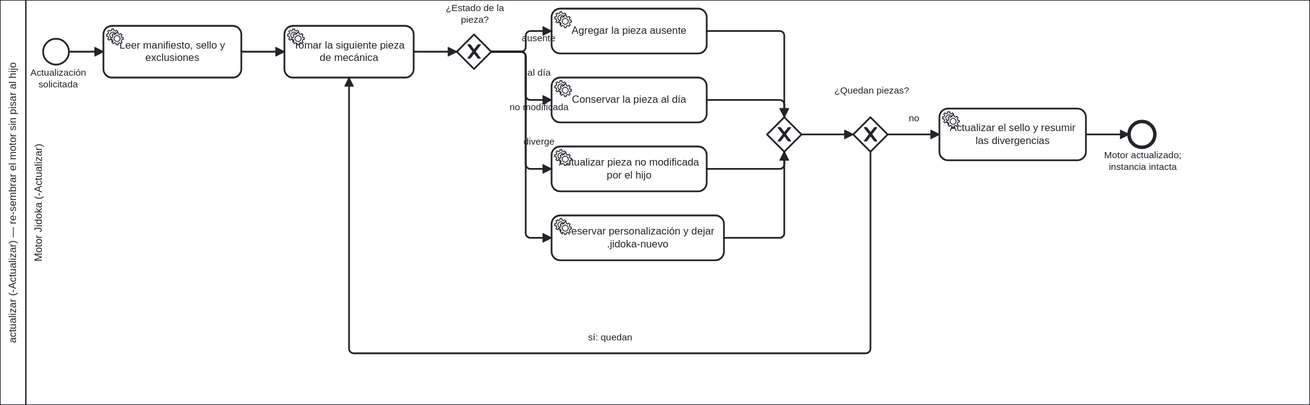
The BPMN diagram docs/atlas/render/41-actualizar-motor-as-is.svg in ArmandoMedina/jidoka, before a commit. Its source is kept beside it as docs/atlas/40-lazo-motor/41-actualizar-motor-as-is.bpmn. Ids are renumbered.
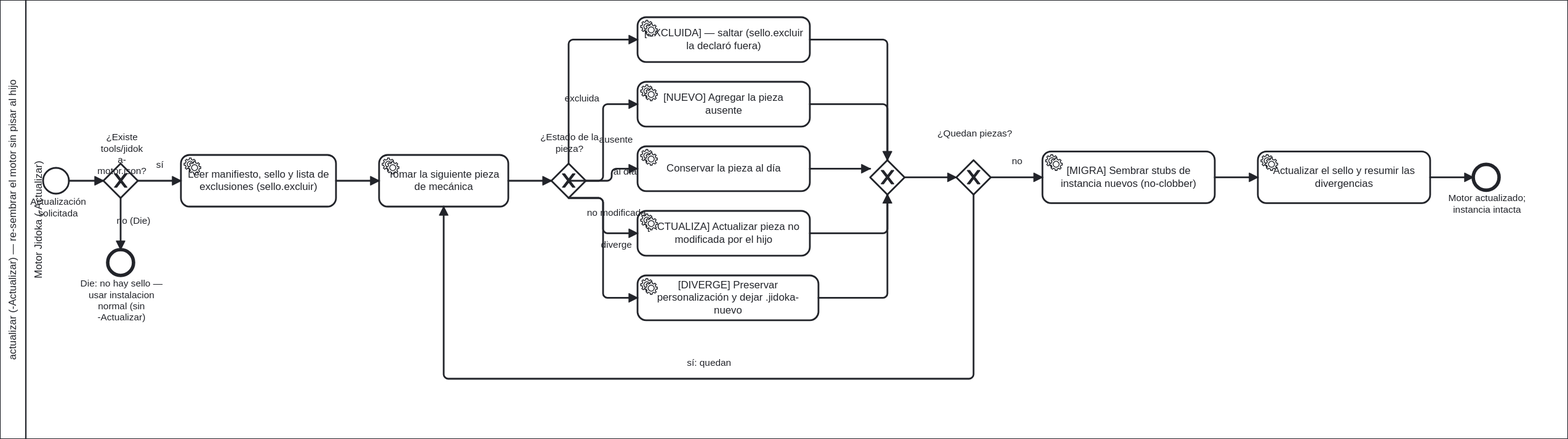
After the commit.

What changed in the source:
```diff
@@ -3,10 +3,12 @@
     <bpmn:participant id="Pool_Actualizar" name="actualizar (-Actualizar) — re-sembrar el motor sin pisar al hijo" processRef="Process_ActualizarMotor"/>
   </bpmn:collaboration>
   <bpmn:process id="Process_ActualizarMotor" name="actualizar el motor: tres vías por pieza (no pisar lo customizado)" isExecutable="false">
-    <bpmn:documentation>Fuente: tools/instalar.ps1 -Actualizar. Proceso de puro motor: recorre cada pieza y decide por su estado (ausente / al día / actualizar / diverge).</bpmn:documentation>
+    <bpmn:documentation>Fuente: tools/instalar.ps1 -Actualizar (funcion Invoke-Actualizar). Guardas al inicio: Die si no hay sello (tools/jidoka-motor.json). Lista de exclusion en sello.excluir (ADR 0022): piezas que el hijo declaro fuera nunca se re-agregan. Stubs [MIGRA] sembrados en la misma pasada (no-clobber: no pisa instancia existente).</bpmn:documentation>
     <bpmn:laneSet id="LaneSet_Actualizar">
       <bpmn:lane id="Lane_Motor" name="Motor Jidoka (-Actualizar)">
         <bpmn:flowNodeRef>Start</bpmn:flowNodeRef>
+        <bpmn:flowNodeRef>Gw_Sello</bpmn:flowNodeRef>
+        <bpmn:flowNodeRef>End_Die</bpmn:flowNodeRef>
         <bpmn:flowNodeRef>T_Leer</bpmn:flowNodeRef>
         <bpmn:flowNodeRef>T_Pieza</bpmn:flowNodeRef>
         <bpmn:flowNodeRef>Gw_Estado</bpmn:flowNodeRef>
@@ -14,17 +16,28 @@
         <bpmn:flowNodeRef>T_AlDia</bpmn:flowNodeRef>
         <bpmn:flowNodeRef>T_Actualizar</bpmn:flowNodeRef>
         <bpmn:flowNodeRef>T_Diverge</bpmn:flowNodeRef>
+        <bpmn:flowNodeRef>T_Excluida</bpmn:flowNodeRef>
         <bpmn:flowNodeRef>Gw_Join</bpmn:flowNodeRef>
         <bpmn:flowNodeRef>Gw_Mas</bpmn:flowNodeRef>
+        <bpmn:flowNodeRef>T_Migra</bpmn:flowNodeRef>
         <bpmn:flowNodeRef>T_Sello</bpmn:flowNodeRef>
         <bpmn:flowNodeRef>End</bpmn:flowNodeRef>
       </bpmn:lane>
     </bpmn:laneSet>
     <bpmn:startEvent id="Start" name="Actualización solicitada">
-      <bpmn:outgoing>f1</bpmn:outgoing>
+      <bpmn:outgoing>f_check_sello</bpmn:outgoing>
     </bpmn:startEvent>
-    <bpmn:serviceTask id="T_Leer" name="Leer manifiesto, sello y exclusiones">
-      <bpmn:incoming>f1</bpmn:incoming>
+    <bpmn:exclusiveGateway id="Gw_Sello" name="¿Existe tools/jidoka-motor.json?">
+      <bpmn:incoming>f_check_sello</bpmn:incoming>
+      <bpmn:outgoing>f_sello_no</bpmn:outgoing>
+      <bpmn:outgoing>f_sello_si</bpmn:outgoing>
+    </bpmn:exclusiveGateway>
+    <bpmn:endEvent id="End_Die" name="Die: no hay sello — usar instalacion normal (sin -Actualizar)">
+      <bpmn:incoming>f_sello_no</bpmn:incoming>
+    </bpmn:endEvent>
+    <bpmn:serviceTask id="T_Leer" name="Leer manifiesto, sello y lista de exclusiones (sello.excluir)">
+      <bpmn:documentation>Carga manifiesto.json, lee sello.version, sello.sembrado_hashes y sello.excluir (ADR 0022). Las excluidas no se tocan ni re-agregan.</bpmn:documentation>
+      <bpmn:incoming>f_sello_si</bpmn:incoming>
       <bpmn:outgoing>f2</bpmn:outgoing>
     </bpmn:serviceTask>
     <bpmn:serviceTask id="T_Pieza" name="Tomar la siguiente pieza de mecánica">
@@ -34,12 +47,18 @@
     </bpmn:serviceTask>
     <bpmn:exclusiveGateway id="Gw_Estado" name="¿Estado de la pieza?">
       <bpmn:incoming>f_pieza_gw</bpmn:incoming>
+      <bpmn:outgoing>f_excl</bpmn:outgoing>
       <bpmn:outgoing>f_aus</bpmn:outgoing>
       <bpmn:outgoing>f_dia</bpmn:outgoing>
       <bpmn:outgoing>f_mod</bpmn:outgoing>
       <bpmn:outgoing>f_div</bpmn:outgoing>
     </bpmn:exclusiveGateway>
-    <bpmn:serviceTask id="T_Agregar" name="Agregar la pieza ausente">
+    <bpmn:serviceTask id="T_Excluida" name="[EXCLUIDA] — saltar (sello.excluir la declaró fuera)">
+      <bpmn:documentation>ADR 0022: piezas en sello.excluir nunca se re-agregan ni se pisan. El hijo las salio del motor voluntariamente.</bpmn:documentation>
+      <bpmn:incoming>f_excl</bpmn:incoming>
+      <bpmn:outgoing>f_excl_join</bpmn:outgoing>
+    </bpmn:serviceTask>
+    <bpmn:serviceTask id="T_Agregar" name="[NUEVO] Agregar la pieza ausente">
       <bpmn:incoming>f_aus</bpmn:incoming>
       <bpmn:outgoing>f_agg_join</bpmn:outgoing>
     </bpmn:serviceTask>
@@ -47,15 +66,16 @@
       <bpmn:incoming>f_dia</bpmn:incoming>
       <bpmn:outgoing>f_dia_join</bpmn:outgoing>
     </bpmn:serviceTask>
-    <bpmn:serviceTask id="T_Actualizar" name="Actualizar pieza no modificada por el hijo">
+    <bpmn:serviceTask id="T_Actualizar" name="[ACTUALIZA] Actualizar pieza no modificada por el hijo">
       <bpmn:incoming>f_mod</bpmn:incoming>
       <bpmn:outgoing>f_mod_join</bpmn:outgoing>
     </bpmn:serviceTask>
-    <bpmn:serviceTask id="T_Diverge" name="Preservar personalización y dejar .jidoka-nuevo">
+    <bpmn:serviceTask id="T_Diverge" name="[DIVERGE] Preservar personalización y dejar .jidoka-nuevo">
       <bpmn:incoming>f_div</bpmn:incoming>
       <bpmn:outgoing>f_div_join</bpmn:outgoing>
     </bpmn:serviceTask>
     <bpmn:exclusiveGateway id="Gw_Join">
+      <bpmn:incoming>f_excl_join</bpmn:incoming>
       <bpmn:incoming>f_agg_join</bpmn:incoming>
       <bpmn:incoming>f_dia_join</bpmn:incoming>
       <bpmn:incoming>f_mod_join</bpmn:incoming>
@@ -67,150 +87,195 @@
       <bpmn:outgoing>f_mas_si</bpmn:outgoing>
       <bpmn:outgoing>f_mas_no</bpmn:outgoing>
     </bpmn:exclusiveGateway>
+    <bpmn:serviceTask id="T_Migra" name="[MIGRA] Sembrar stubs de instancia nuevos (no-clobber)">
+      <bpmn:documentation>Cosecha issue #86: stubs de instancia (manifiesto.stubs + stubs_arquetipo) que el hijo no tiene se siembran en la misma pasada. Nunca pisa lo existente.</bpmn:documentation>
+      <bpmn:incoming>f_mas_no</bpmn:incoming>
+      <bpmn:outgoing>f_migra_sello</bpmn:outgoing>
+    </bpmn:serviceTask>
     <bpmn:serviceTask id="T_Sello" name="Actualizar el sello y resumir las divergencias">
-      <bpmn:incoming>f_mas_no</bpmn:incoming>
+      <bpmn:incoming>f_migra_sello</bpmn:incoming>
       <bpmn:outgoing>f_sello_end</bpmn:outgoing>
     </bpmn:serviceTask>
     <bpmn:endEvent id="End" name="Motor actualizado; instancia intacta">
       <bpmn:incoming>f_sello_end</bpmn:incoming>
     </bpmn:endEvent>
-    <bpmn:sequenceFlow id="f1" sourceRef="Start" targetRef="T_Leer"/>
+    <bpmn:sequenceFlow id="f_check_sello" sourceRef="Start" targetRef="Gw_Sello"/>
+    <bpmn:sequenceFlow id="f_sello_no" name="no (Die)" sourceRef="Gw_Sello" targetRef="End_Die"/>
+    <bpmn:sequenceFlow id="f_sello_si" name="sí" sourceRef="Gw_Sello" targetRef="T_Leer"/>
     <bpmn:sequenceFlow id="f2" sourceRef="T_Leer" targetRef="T_Pieza"/>
     <bpmn:sequenceFlow id="f_pieza_gw" sourceRef="T_Pieza" targetRef="Gw_Estado"/>
+    <bpmn:sequenceFlow id="f_excl" name="excluida" sourceRef="Gw_Estado" targetRef="T_Excluida"/>
     <bpmn:sequenceFlow id="f_aus" name="ausente" sourceRef="Gw_Estado" targetRef="T_Agregar"/>
     <bpmn:sequenceFlow id="f_dia" name="al día" sourceRef="Gw_Estado" targetRef="T_AlDia"/>
     <bpmn:sequenceFlow id="f_mod" name="no modificada" sourceRef="Gw_Estado" targetRef="T_Actualizar"/>
     <bpmn:sequenceFlow id="f_div" name="diverge" sourceRef="Gw_Estado" targetRef="T_Diverge"/>
+    <bpmn:sequenceFlow id="f_excl_join" sourceRef="T_Excluida" targetRef="Gw_Join"/>
     <bpmn:sequenceFlow id="f_agg_join" sourceRef="T_Agregar" targetRef="Gw_Join"/>
     <bpmn:sequenceFlow id="f_dia_join" sourceRef="T_AlDia" targetRef="Gw_Join"/>
     <bpmn:sequenceFlow id="f_mod_join" sourceRef="T_Actualizar" targetRef="Gw_Join"/>
     <bpmn:sequenceFlow id="f_div_join" sourceRef="T_Diverge" targetRef="Gw_Join"/>
     <bpmn:sequenceFlow id="f_join_mas" sourceRef="Gw_Join" targetRef="Gw_Mas"/>
     <bpmn:sequenceFlow id="f_mas_si" name="sí: quedan" sourceRef="Gw_Mas" targetRef="T_Pieza"/>
-    <bpmn:sequenceFlow id="f_mas_no" name="no" sourceRef="Gw_Mas" targetRef="T_Sello"/>
+    <bpmn:sequenceFlow id="f_mas_no" name="no" sourceRef="Gw_Mas" targetRef="T_Migra"/>
+    <bpmn:sequenceFlow id="f_migra_sello" sourceRef="T_Migra" targetRef="T_Sello"/>
     <bpmn:sequenceFlow id="f_sello_end" sourceRef="T_Sello" targetRef="End"/>
   </bpmn:process>
   <bpmndi:BPMNDiagram id="Diagram_41_Actualizar">
     <bpmndi:BPMNPlane id="Plane_41_Actualizar" bpmnElement="Collab_Actualizar">
       <bpmndi:BPMNShape id="S_Pool" bpmnElement="Pool_Actualizar" isHorizontal="true">
-        <dc:Bounds x="160" y="60" width="1520" height="470"/>
+        <dc:Bounds x="160" y="60" width="1820" height="510"/>
       </bpmndi:BPMNShape>
       <bpmndi:BPMNShape id="S_LaneM" bpmnElement="Lane_Motor" isHorizontal="true">
-        <dc:Bounds x="190" y="60" width="1490" height="470"/>
+        <dc:Bounds x="190" y="60" width="1790" height="510"/>
       </bpmndi:BPMNShape>
       <bpmndi:BPMNShape id="S_Start" bpmnElement="Start">
-        <dc:Bounds x="210" y="105" width="30" height="30"/>
-        <bpmndi:BPMNLabel><dc:Bounds x="192" y="138" width="70" height="27"/></bpmndi:BPMNLabel>
+        <dc:Bounds x="210" y="255" width="30" height="30"/>
+        <bpmndi:BPMNLabel><dc:Bounds x="192" y="288" width="70" height="27"/></bpmndi:BPMNLabel>
+      </bpmndi:BPMNShape>
+      <bpmndi:BPMNShape id="S_GwSello" bpmnElement="Gw_Sello" isMarkerVisible="true">
+        <dc:Bounds x="280" y="250" width="40" height="40"/>
+        <bpmndi:BPMNLabel><dc:Bounds x="260" y="213" width="82" height="27"/></bpmndi:BPMNLabel>
+      </bpmndi:BPMNShape>
+      <bpmndi:BPMNShape id="S_EndDie" bpmnElement="End_Die">
+        <dc:Bounds x="285" y="350" width="30" height="30"/>
+        <bpmndi:BPMNLabel><dc:Bounds x="250" y="383" width="102" height="27"/></bpmndi:BPMNLabel>
       </bpmndi:BPMNShape>
       <bpmndi:BPMNShape id="S_TLeer" bpmnElement="T_Leer">
-        <dc:Bounds x="280" y="90" width="160" height="60"/>
+        <dc:Bounds x="370" y="240" width="180" height="60"/>
       </bpmndi:BPMNShape>
       <bpmndi:BPMNShape id="S_TPieza" bpmnElement="T_Pieza">
-        <dc:Bounds x="490" y="90" width="150" height="60"/>
+        <dc:Bounds x="600" y="240" width="150" height="60"/>
       </bpmndi:BPMNShape>
       <bpmndi:BPMNShape id="S_GwEstado" bpmnElement="Gw_Estado" isMarkerVisible="true">
-        <dc:Bounds x="690" y="100" width="40" height="40"/>
-        <bpmndi:BPMNLabel><dc:Bounds x="675" y="63" width="72" height="27"/></bpmndi:BPMNLabel>
+        <dc:Bounds x="800" y="250" width="40" height="40"/>
+        <bpmndi:BPMNLabel><dc:Bounds x="785" y="213" width="72" height="27"/></bpmndi:BPMNLabel>
+      </bpmndi:BPMNShape>
+      <bpmndi:BPMNShape id="S_TExcluida" bpmnElement="T_Excluida">
+        <dc:Bounds x="900" y="80" width="200" height="52"/>
       </bpmndi:BPMNShape>
       <bpmndi:BPMNShape id="S_TAgregar" bpmnElement="T_Agregar">
-        <dc:Bounds x="800" y="70" width="180" height="52"/>
+        <dc:Bounds x="900" y="155" width="200" height="52"/>
       </bpmndi:BPMNShape>
       <bpmndi:BPMNShape id="S_TAlDia" bpmnElement="T_AlDia">
-        <dc:Bounds x="800" y="150" width="180" height="52"/>
+        <dc:Bounds x="900" y="230" width="200" height="52"/>
       </bpmndi:BPMNShape>
       <bpmndi:BPMNShape id="S_TActualizar" bpmnElement="T_Actualizar">
-        <dc:Bounds x="800" y="230" width="180" height="52"/>
+        <dc:Bounds x="900" y="305" width="200" height="52"/>
       </bpmndi:BPMNShape>
       <bpmndi:BPMNShape id="S_TDiverge" bpmnElement="T_Diverge">
-        <dc:Bounds x="800" y="310" width="200" height="52"/>
+        <dc:Bounds x="900" y="380" width="210" height="52"/>
       </bpmndi:BPMNShape>
       <bpmndi:BPMNShape id="S_GwJoin" bpmnElement="Gw_Join" isMarkerVisible="true">
-        <dc:Bounds x="1050" y="196" width="40" height="40"/>
+        <dc:Bounds x="1170" y="246" width="40" height="40"/>
       </bpmndi:BPMNShape>
       <bpmndi:BPMNShape id="S_GwMas" bpmnElement="Gw_Mas" isMarkerVisible="true">
-        <dc:Bounds x="1150" y="196" width="40" height="40"/>
-        <bpmndi:BPMNLabel><dc:Bounds x="1135" y="159" width="72" height="27"/></bpmndi:BPMNLabel>
+        <dc:Bounds x="1270" y="246" width="40" height="40"/>
+        <bpmndi:BPMNLabel><dc:Bounds x="1255" y="209" width="72" height="27"/></bpmndi:BPMNLabel>
+      </bpmndi:BPMNShape>
+      <bpmndi:BPMNShape id="S_TMigra" bpmnElement="T_Migra">
+        <dc:Bounds x="1370" y="236" width="200" height="60"/>
       </bpmndi:BPMNShape>
       <bpmndi:BPMNShape id="S_TSello" bpmnElement="T_Sello">
-        <dc:Bounds x="1250" y="186" width="170" height="60"/>
+        <dc:Bounds x="1620" y="236" width="200" height="60"/>
       </bpmndi:BPMNShape>
       <bpmndi:BPMNShape id="S_End" bpmnElement="End">
-        <dc:Bounds x="1470" y="201" width="30" height="30"/>
-        <bpmndi:BPMNLabel><dc:Bounds x="1445" y="234" width="82" height="27"/></bpmndi:BPMNLabel>
+        <dc:Bounds x="1870" y="251" width="30" height="30"/>
+        <bpmndi:BPMNLabel><dc:Bounds x="1845" y="284" width="82" height="27"/></bpmndi:BPMNLabel>
       </bpmndi:BPMNShape>
-      <bpmndi:BPMNEdge id="E_f1" bpmnElement="f1">
-        <di:waypoint x="240" y="120"/>
-        <di:waypoint x="280" y="120"/>
+      <bpmndi:BPMNEdge id="E_f_check_sello" bpmnElement="f_check_sello">
+        <di:waypoint x="240" y="270"/>
+        <di:waypoint x="280" y="270"/>
+      </bpmndi:BPMNEdge>
+      <bpmndi:BPMNEdge id="E_f_sello_no" bpmnElement="f_sello_no">
+        <di:waypoint x="300" y="290"/>
+        <di:waypoint x="300" y="350"/>
+      </bpmndi:BPMNEdge>
+      <bpmndi:BPMNEdge id="E_f_sello_si" bpmnElement="f_sello_si">
+        <di:waypoint x="320" y="270"/>
+        <di:waypoint x="370" y="270"/>
       </bpmndi:BPMNEdge>
       <bpmndi:BPMNEdge id="E_f2" bpmnElement="f2">
-        <di:waypoint x="440" y="120"/>
-        <di:waypoint x="490" y="120"/>
+        <di:waypoint x="550" y="270"/>
+        <di:waypoint x="600" y="270"/>
       </bpmndi:BPMNEdge>
       <bpmndi:BPMNEdge id="E_f_pieza_gw" bpmnElement="f_pieza_gw">
-        <di:waypoint x="640" y="120"/>
-        <di:waypoint x="690" y="120"/>
+        <di:waypoint x="750" y="270"/>
+        <di:waypoint x="800" y="270"/>
+      </bpmndi:BPMNEdge>
+      <bpmndi:BPMNEdge id="E_f_excl" bpmnElement="f_excl">
+        <di:waypoint x="820" y="250"/>
+        <di:waypoint x="820" y="106"/>
+        <di:waypoint x="900" y="106"/>
       </bpmndi:BPMNEdge>
       <bpmndi:BPMNEdge id="E_f_aus" bpmnElement="f_aus">
-        <di:waypoint x="730" y="120"/>
-        <di:waypoint x="770" y="120"/>
-        <di:waypoint x="770" y="96"/>
-        <di:waypoint x="800" y="96"/>
+        <di:waypoint x="820" y="270"/>
+        <di:waypoint x="860" y="270"/>
+        <di:waypoint x="860" y="181"/>
+        <di:waypoint x="900" y="181"/>
       </bpmndi:BPMNEdge>
       <bpmndi:BPMNEdge id="E_f_dia" bpmnElement="f_dia">
-        <di:waypoint x="730" y="120"/>
-        <di:waypoint x="770" y="120"/>
-        <di:waypoint x="770" y="176"/>
-        <di:waypoint x="800" y="176"/>
+        <di:waypoint x="840" y="270"/>
+        <di:waypoint x="870" y="270"/>
+        <di:waypoint x="870" y="256"/>
+        <di:waypoint x="900" y="256"/>
       </bpmndi:BPMNEdge>
       <bpmndi:BPMNEdge id="E_f_mod" bpmnElement="f_mod">
-        <di:waypoint x="730" y="120"/>
-        <di:waypoint x="770" y="120"/>
-        <di:waypoint x="770" y="256"/>
-        <di:waypoint x="800" y="256"/>
+        <di:waypoint x="820" y="290"/>
+        <di:waypoint x="860" y="290"/>
+        <di:waypoint x="860" y="331"/>
+        <di:waypoint x="900" y="331"/>
       </bpmndi:BPMNEdge>
       <bpmndi:BPMNEdge id="E_f_div" bpmnElement="f_div">
-        <di:waypoint x="730" y="120"/>
-        <di:waypoint x="770" y="120"/>
-        <di:waypoint x="770" y="336"/>
-        <di:waypoint x="800" y="336"/>
+        <di:waypoint x="820" y="290"/>
+        <di:waypoint x="860" y="290"/>
+        <di:waypoint x="860" y="406"/>
+        <di:waypoint x="900" y="406"/>
+      </bpmndi:BPMNEdge>
+      <bpmndi:BPMNEdge id="E_f_excl_join" bpmnElement="f_excl_join">
+        <di:waypoint x="1100" y="106"/>
+        <di:waypoint x="1190" y="106"/>
+        <di:waypoint x="1190" y="246"/>
       </bpmndi:BPMNEdge>
       <bpmndi:BPMNEdge id="E_f_agg_join" bpmnElement="f_agg_join">
-        <di:waypoint x="980" y="96"/>
-        <di:waypoint x="1070" y="96"/>
-        <di:waypoint x="1070" y="196"/>
+        <di:waypoint x="1100" y="181"/>
+        <di:waypoint x="1190" y="181"/>
+        <di:waypoint x="1190" y="246"/>
       </bpmndi:BPMNEdge>
       <bpmndi:BPMNEdge id="E_f_dia_join" bpmnElement="f_dia_join">
-        <di:waypoint x="980" y="176"/>
-        <di:waypoint x="1070" y="176"/>
-        <di:waypoint x="1070" y="196"/>
+        <di:waypoint x="1100" y="256"/>
+        <di:waypoint x="1170" y="256"/>
       </bpmndi:BPMNEdge>
       <bpmndi:BPMNEdge id="E_f_mod_join" bpmnElement="f_mod_join">
-        <di:waypoint x="980" y="256"/>
-        <di:waypoint x="1070" y="256"/>
-        <di:waypoint x="1070" y="236"/>
+        <di:waypoint x="1100" y="331"/>
+        <di:waypoint x="1190" y="331"/>
+        <di:waypoint x="1190" y="286"/>
       </bpmndi:BPMNEdge>
       <bpmndi:BPMNEdge id="E_f_div_join" bpmnElement="f_div_join">
-        <di:waypoint x="1000" y="336"/>
-        <di:waypoint x="1070" y="336"/>
-        <di:waypoint x="1070" y="236"/>
+        <di:waypoint x="1110" y="406"/>
+        <di:waypoint x="1190" y="406"/>
+        <di:waypoint x="1190" y="286"/>
       </bpmndi:BPMNEdge>
       <bpmndi:BPMNEdge id="E_f_join_mas" bpmnElement="f_join_mas">
-        <di:waypoint x="1090" y="216"/>
-        <di:waypoint x="1150" y="216"/>
+        <di:waypoint x="1210" y="266"/>
+        <di:waypoint x="1270" y="266"/>
       </bpmndi:BPMNEdge>
       <bpmndi:BPMNEdge id="E_f_mas_no" bpmnElement="f_mas_no">
-        <di:waypoint x="1190" y="216"/>
-        <di:waypoint x="1250" y="216"/>
+        <di:waypoint x="1310" y="266"/>
+        <di:waypoint x="1370" y="266"/>
       </bpmndi:BPMNEdge>
       <bpmndi:BPMNEdge id="E_f_mas_si" bpmnElement="f_mas_si">
-        <di:waypoint x="1170" y="236"/>
-        <di:waypoint x="1170" y="470"/>
-        <di:waypoint x="565" y="470"/>
-        <di:waypoint x="565" y="150"/>
+        <di:waypoint x="1290" y="286"/>
+        <di:waypoint x="1290" y="500"/>
+        <di:waypoint x="675" y="500"/>
+        <di:waypoint x="675" y="300"/>
+      </bpmndi:BPMNEdge>
+      <bpmndi:BPMNEdge id="E_f_migra_sello" bpmnElement="f_migra_sello">
+        <di:waypoint x="1570" y="266"/>
+        <di:waypoint x="1620" y="266"/>
       </bpmndi:BPMNEdge>
       <bpmndi:BPMNEdge id="E_f_sello_end" bpmnElement="f_sello_end">
-        <di:waypoint x="1420" y="216"/>
-        <di:waypoint x="1470" y="216"/>
+        <di:waypoint x="1820" y="266"/>
+        <di:waypoint x="1870" y="266"/>
       </bpmndi:BPMNEdge>
     </bpmndi:BPMNPlane>
   </bpmndi:BPMNDiagram>
```
